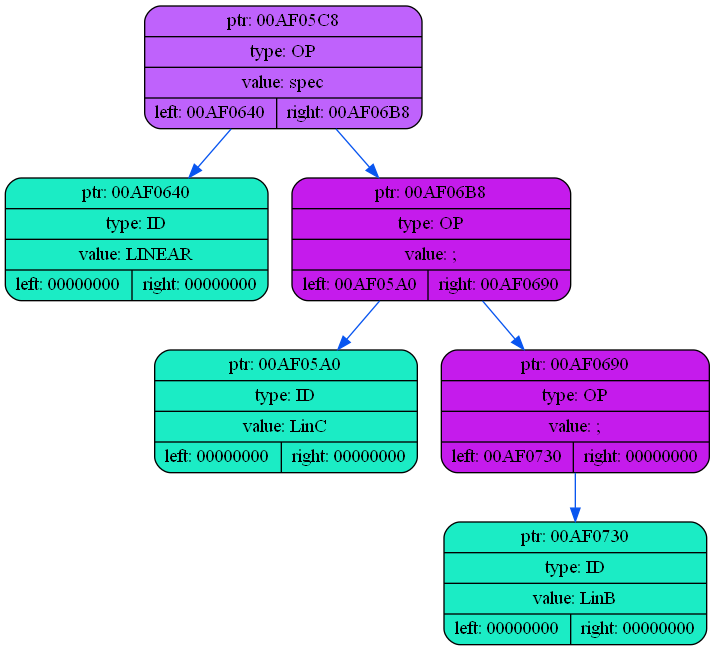
Above: dump/dump1.png in coffee8cat/Elden-language (Graphviz), before the change. Its source is kept beside it as dump/dump1.dot.
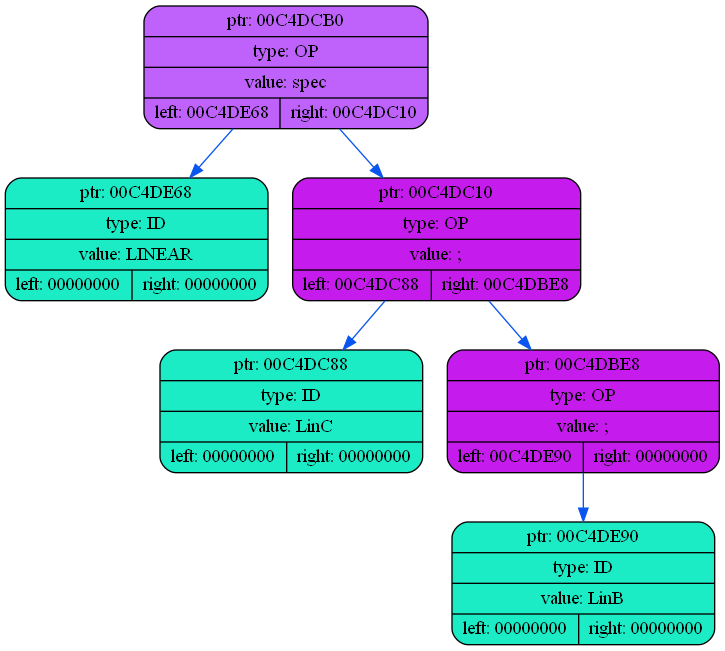
The same file after the commit.

Change to the diagram source:
```diff
@@ -2,15 +2,15 @@
 {
     rankdir=TP
 
-        node00AF05C8[shape=record,style="rounded,filled",fillcolor="#BF62FC",label="{ ptr: 00AF05C8 | type: OP | value: spec| { left: 00AF0640 | right: 00AF06B8 }}"];
-    node00AF05C8 -> node00AF0640[color="#0855F0"]
-    node00AF0640[shape=record,style="rounded,filled",fillcolor="#1BECC5",label="{ ptr: 00AF0640 | type: ID | value: LINEAR| { left: 00000000 | right: 00000000 }}"];
-    node00AF05C8 -> node00AF06B8[color="#0855F0"]
-    node00AF06B8[shape=record,style="rounded,filled",fillcolor="#C51BEC",label="{ ptr: 00AF06B8 | type: OP | value: ;| { left: 00AF05A0 | right: 00AF0690 }}"];
-    node00AF06B8 -> node00AF05A0[color="#0855F0"]
-    node00AF05A0[shape=record,style="rounded,filled",fillcolor="#1BECC5",label="{ ptr: 00AF05A0 | type: ID | value: LinC| { left: 00000000 | right: 00000000 }}"];
-    node00AF06B8 -> node00AF0690[color="#0855F0"]
-    node00AF0690[shape=record,style="rounded,filled",fillcolor="#C51BEC",label="{ ptr: 00AF0690 | type: OP | value: ;| { left: 00AF0730 | right: 00000000 }}"];
-    node00AF0690 -> node00AF0730[color="#0855F0"]
-    node00AF0730[shape=record,style="rounded,filled",fillcolor="#1BECC5",label="{ ptr: 00AF0730 | type: ID | value: LinB| { left: 00000000 | right: 00000000 }}"];
+        node00C4DCB0[shape=record,style="rounded,filled",fillcolor="#BF62FC",label="{ ptr: 00C4DCB0 | type: OP | value: spec| { left: 00C4DE68 | right: 00C4DC10 }}"];
+    node00C4DCB0 -> node00C4DE68[color="#0855F0"]
+    node00C4DE68[shape=record,style="rounded,filled",fillcolor="#1BECC5",label="{ ptr: 00C4DE68 | type: ID | value: LINEAR| { left: 00000000 | right: 00000000 }}"];
+    node00C4DCB0 -> node00C4DC10[color="#0855F0"]
+    node00C4DC10[shape=record,style="rounded,filled",fillcolor="#C51BEC",label="{ ptr: 00C4DC10 | type: OP | value: ;| { left: 00C4DC88 | right: 00C4DBE8 }}"];
+    node00C4DC10 -> node00C4DC88[color="#0855F0"]
+    node00C4DC88[shape=record,style="rounded,filled",fillcolor="#1BECC5",label="{ ptr: 00C4DC88 | type: ID | value: LinC| { left: 00000000 | right: 00000000 }}"];
+    node00C4DC10 -> node00C4DBE8[color="#0855F0"]
+    node00C4DBE8[shape=record,style="rounded,filled",fillcolor="#C51BEC",label="{ ptr: 00C4DBE8 | type: OP | value: ;| { left: 00C4DE90 | right: 00000000 }}"];
+    node00C4DBE8 -> node00C4DE90[color="#0855F0"]
+    node00C4DE90[shape=record,style="rounded,filled",fillcolor="#1BECC5",label="{ ptr: 00C4DE90 | type: ID | value: LinB| { left: 00000000 | right: 00000000 }}"];
 }
```
